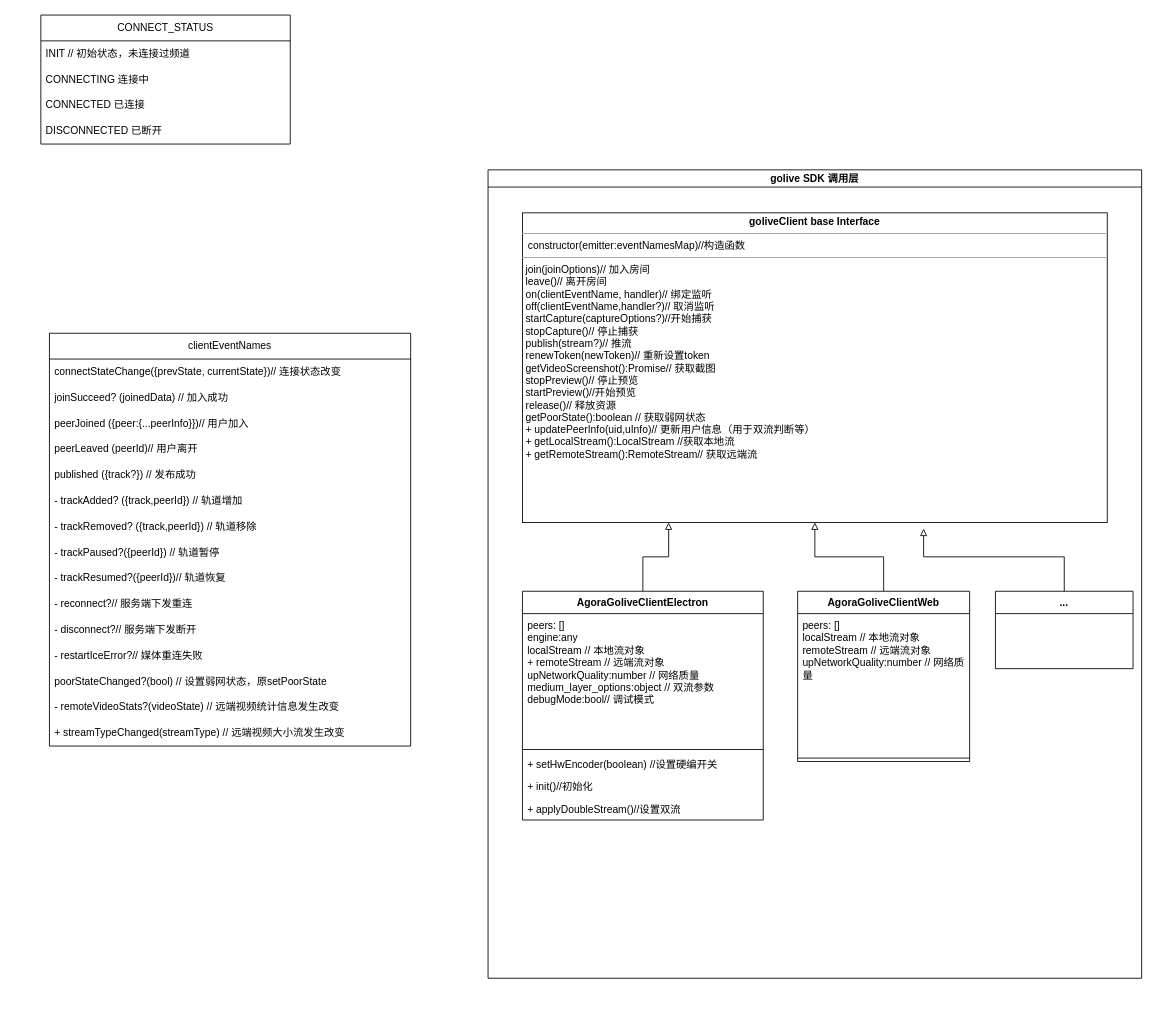
Earlier version of the draw.io diagram golive接口类.drawio (ccccccp/draw-io). Source tidied: cells renumbered, new cells numbered last; positions are measured from the earlier drawing's top-left corner, leaving out a move shared by most shapes. Both pictures are drawn from the tidied source at 86%, with x=0, y=0 at pixel (40, 15).
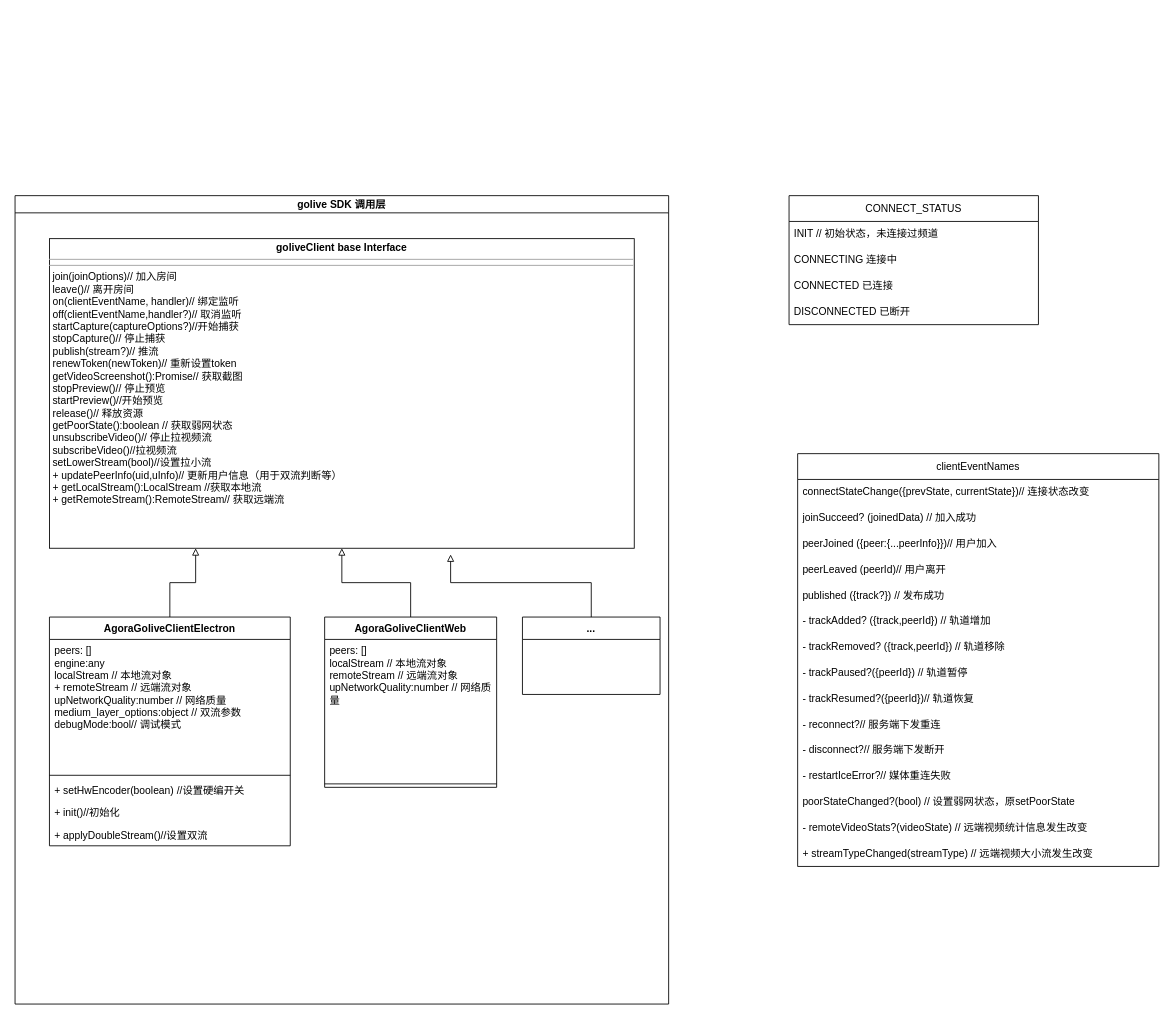
After the change.

Commit message:
更新golive接口类.drawio

Change to the diagram source:
```diff
@@
     <mxCell id="2" value="golive SDK 调用层" style="swimlane;startSize=20;horizontal=1;containerType=tree;" parent="1" vertex="1">
-      <mxGeometry x="520" y="180" width="760" height="940" as="geometry" />
+      <mxGeometry x="-30" y="210" width="760" height="940" as="geometry" />
     </mxCell>
-    <mxCell id="3" value="&lt;p style=&quot;margin:0px;margin-top:4px;text-align:center;&quot;&gt;&lt;b&gt;goliveClient base Interface&lt;/b&gt;&lt;/p&gt;&lt;hr size=&quot;1&quot;&gt;&lt;p style=&quot;margin:0px;margin-left:4px;&quot;&gt;&lt;/p&gt;&amp;nbsp; constructor(emitter:eventNamesMap)//构造函数&lt;hr size=&quot;1&quot;&gt;&lt;p style=&quot;margin:0px;margin-left:4px;&quot;&gt;join(joinOptions)// 加入房间&lt;br&gt;leave()// 离开房间&lt;/p&gt;&lt;p style=&quot;margin:0px;margin-left:4px;&quot;&gt;on(clientEventName, handler)// 绑定监听&lt;/p&gt;&lt;p style=&quot;margin:0px;margin-left:4px;&quot;&gt;off(clientEventName,handler?)// 取消监听&lt;/p&gt;&lt;p style=&quot;margin:0px;margin-left:4px;&quot;&gt;startCapture(captureOptions?)//开始捕获&lt;/p&gt;&lt;p style=&quot;margin:0px;margin-left:4px;&quot;&gt;stopCapture()// 停止捕获&lt;/p&gt;&lt;p style=&quot;margin:0px;margin-left:4px;&quot;&gt;publish(stream?)// 推流&lt;/p&gt;&lt;p style=&quot;margin:0px;margin-left:4px;&quot;&gt;renewToken(newToken)// 重新设置token&lt;/p&gt;&lt;p style=&quot;margin:0px;margin-left:4px;&quot;&gt;getVideoScreenshot():Promise// 获取截图&lt;/p&gt;&lt;p style=&quot;margin:0px;margin-left:4px;&quot;&gt;stopPreview()// 停止预览&lt;/p&gt;&lt;p style=&quot;margin:0px;margin-left:4px;&quot;&gt;startPreview()//开始预览&lt;/p&gt;&lt;p style=&quot;margin:0px;margin-left:4px;&quot;&gt;release()// 释放资源&lt;/p&gt;&lt;p style=&quot;margin:0px;margin-left:4px;&quot;&gt;getPoorState():boolean // 获取弱网状态&lt;br&gt;&lt;/p&gt;&lt;p style=&quot;margin:0px;margin-left:4px;&quot;&gt;+ updatePeerInfo(uid,uInfo)// 更新用户信息（用于双流判断等）&lt;/p&gt;&lt;p style=&quot;margin:0px;margin-left:4px;&quot;&gt;+ getLocalStream():LocalStream //获取本地流&lt;/p&gt;&lt;p style=&quot;margin:0px;margin-left:4px;&quot;&gt;+ getRemoteStream():RemoteStream// 获取远端流&lt;/p&gt;" style="verticalAlign=top;align=left;overflow=fill;fontSize=12;fontFamily=Helvetica;html=1;whiteSpace=wrap;" parent="2" vertex="1">
+    <mxCell id="3" value="&lt;p style=&quot;margin:0px;margin-top:4px;text-align:center;&quot;&gt;&lt;b&gt;goliveClient base Interface&lt;/b&gt;&lt;/p&gt;&lt;hr size=&quot;1&quot;&gt;&lt;p style=&quot;margin:0px;margin-left:4px;&quot;&gt;&lt;/p&gt;&lt;hr size=&quot;1&quot;&gt;&lt;p style=&quot;margin:0px;margin-left:4px;&quot;&gt;join(joinOptions)// 加入房间&lt;br&gt;leave()// 离开房间&lt;/p&gt;&lt;p style=&quot;margin:0px;margin-left:4px;&quot;&gt;on(clientEventName, handler)// 绑定监听&lt;/p&gt;&lt;p style=&quot;margin:0px;margin-left:4px;&quot;&gt;off(clientEventName,handler?)// 取消监听&lt;/p&gt;&lt;p style=&quot;margin:0px;margin-left:4px;&quot;&gt;startCapture(captureOptions?)//开始捕获&lt;/p&gt;&lt;p style=&quot;margin:0px;margin-left:4px;&quot;&gt;stopCapture()// 停止捕获&lt;/p&gt;&lt;p style=&quot;margin:0px;margin-left:4px;&quot;&gt;publish(stream?)// 推流&lt;/p&gt;&lt;p style=&quot;margin:0px;margin-left:4px;&quot;&gt;renewToken(newToken)// 重新设置token&lt;/p&gt;&lt;p style=&quot;margin:0px;margin-left:4px;&quot;&gt;getVideoScreenshot():Promise// 获取截图&lt;/p&gt;&lt;p style=&quot;margin:0px;margin-left:4px;&quot;&gt;stopPreview()// 停止预览&lt;/p&gt;&lt;p style=&quot;margin:0px;margin-left:4px;&quot;&gt;startPreview()//开始预览&lt;/p&gt;&lt;p style=&quot;margin:0px;margin-left:4px;&quot;&gt;release()// 释放资源&lt;/p&gt;&lt;p style=&quot;margin:0px;margin-left:4px;&quot;&gt;getPoorState():boolean // 获取弱网状态&lt;br&gt;&lt;/p&gt;&lt;p style=&quot;margin:0px;margin-left:4px;&quot;&gt;unsubscribeVideo()// 停止拉视频流&lt;br&gt;&lt;/p&gt;&lt;p style=&quot;margin:0px;margin-left:4px;&quot;&gt;subscribeVideo()//拉视频流&lt;br&gt;&lt;/p&gt;&lt;p style=&quot;margin:0px;margin-left:4px;&quot;&gt;setLowerStream(bool)//设置拉小流&lt;br&gt;&lt;/p&gt;&lt;p style=&quot;margin:0px;margin-left:4px;&quot;&gt;+ updatePeerInfo(uid,uInfo)// 更新用户信息（用于双流判断等）&lt;/p&gt;&lt;p style=&quot;margin:0px;margin-left:4px;&quot;&gt;+ getLocalStream():LocalStream //获取本地流&lt;/p&gt;&lt;p style=&quot;margin:0px;margin-left:4px;&quot;&gt;+ getRemoteStream():RemoteStream// 获取远端流&lt;/p&gt;" style="verticalAlign=top;align=left;overflow=fill;fontSize=12;fontFamily=Helvetica;html=1;whiteSpace=wrap;" parent="2" vertex="1">
       <mxGeometry x="40" y="50" width="680" height="360" as="geometry" />
     </mxCell>
@@
     <mxCell id="17" value="clientEventNames" style="swimlane;fontStyle=0;horizontal=1;startSize=30;whiteSpace=wrap;html=1;" parent="1" vertex="1">
-      <mxGeometry x="10" y="370" width="420" height="480" as="geometry" />
+      <mxGeometry x="880" y="510" width="420" height="480" as="geometry" />
     </mxCell>
@@
     <mxCell id="33" value="CONNECT_STATUS" style="swimlane;fontStyle=0;horizontal=1;startSize=30;whiteSpace=wrap;html=1;" parent="1" vertex="1">
-      <mxGeometry width="290" height="150" as="geometry" />
+      <mxGeometry x="870" y="210" width="290" height="150" as="geometry" />
     </mxCell>
```
